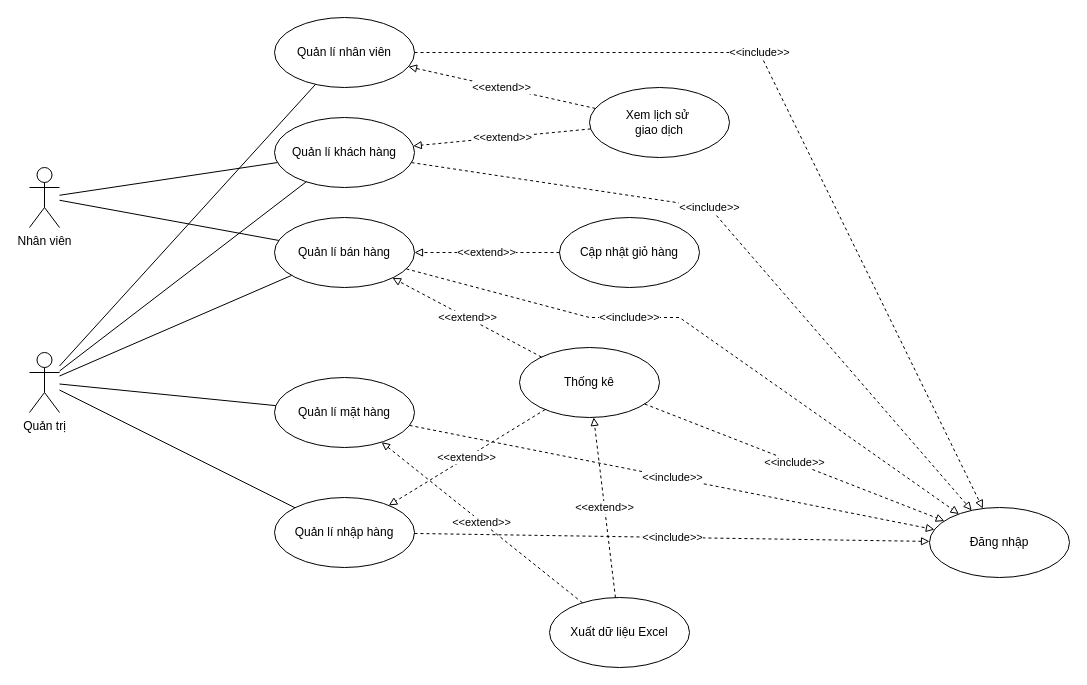
EdgarIgnite16/OOAD-Project keeps this draw.io diagram as page "Page-1" (1 of 4) of DIG_UD.drawio. Above is the earlier version. Source tidied: cells renumbered, new cells numbered last; positions are measured from the earlier drawing's top-left corner, leaving out a move shared by most shapes. Both pictures are drawn from the tidied source at 100%, with x=0, y=0 at pixel (29, 17).
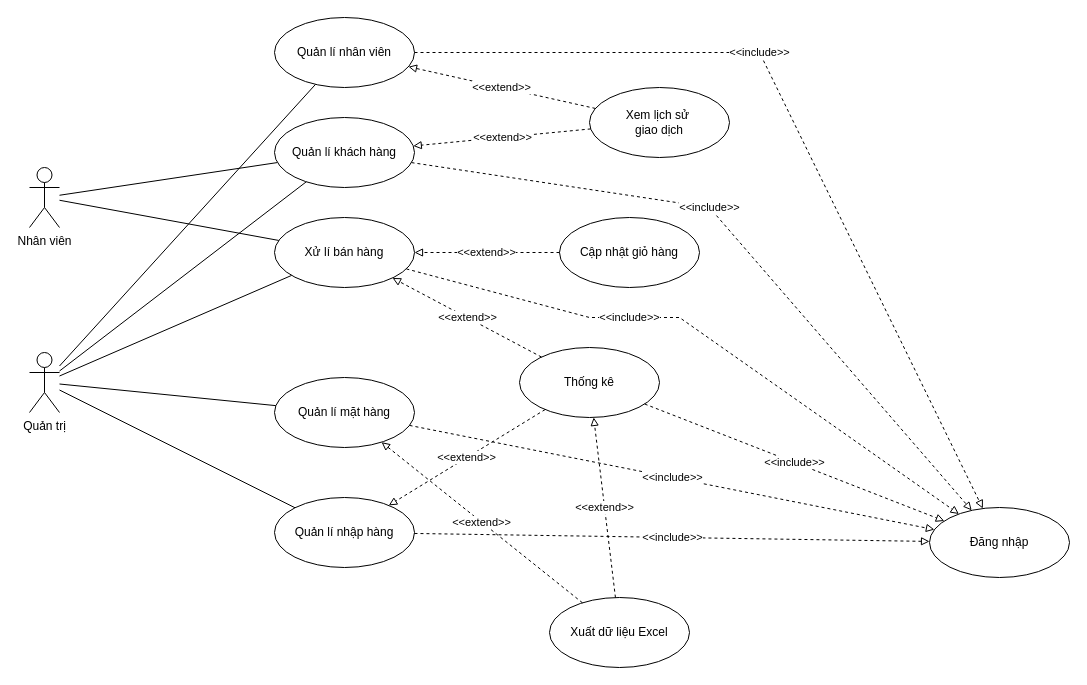
After the change.

What changed in the source:
```diff
@@
-    <mxCell id="8" value="Quản lí bán hàng" style="ellipse;whiteSpace=wrap;html=1;" parent="1" vertex="1">
+    <mxCell id="8" value="Xử lí bán hàng" style="ellipse;whiteSpace=wrap;html=1;" parent="1" vertex="1">
       <mxGeometry x="245" y="200" width="140" height="70" as="geometry" />
     </mxCell>
```
